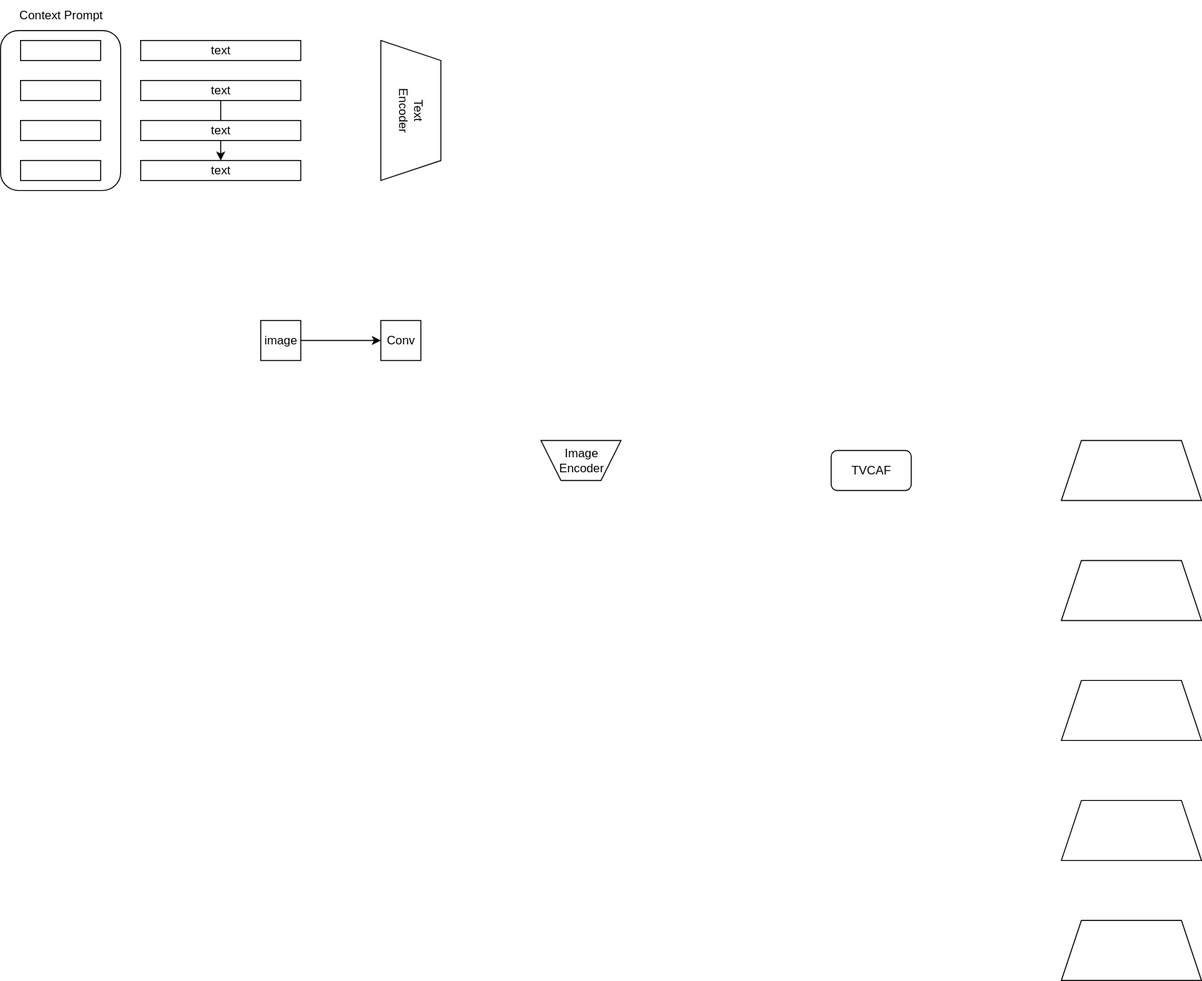
Earlier version of the draw.io export 未命名绘图.drawio.svg (hchench/NetStructure). Source tidied: cells renumbered, new cells last; positions are measured from the earlier drawing's top-left corner, leaving out a move shared by most shapes.
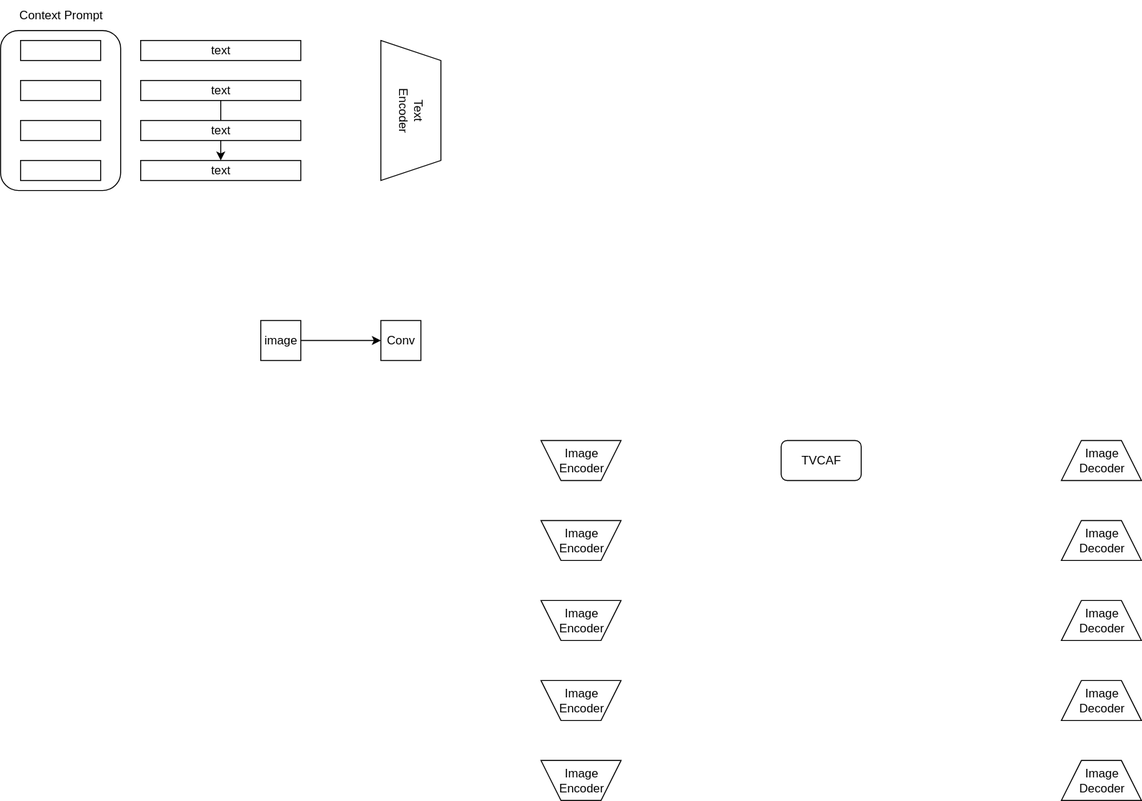
Above is the later version.

Commit message:
更新未命名绘图.drawio.svg

Diff of the diagram source:
```diff
@@ -9,20 +9,8 @@
       <mxGeometry x="540" y="440" width="80" height="40" as="geometry" />
     </mxCell>
     <mxCell id="4" style="shape=trapezoid;perimeter=trapezoidPerimeter;whiteSpace=wrap;html=1;fixedSize=1;rotation=0;" parent="1" vertex="1">
-      <mxGeometry x="1060" y="440" width="140" height="60" as="geometry" />
+      <mxGeometry x="1060" y="440" width="80" height="40" as="geometry" />
     </mxCell>
-    <mxCell id="5" style="shape=trapezoid;perimeter=trapezoidPerimeter;whiteSpace=wrap;html=1;fixedSize=1;rotation=0;" parent="1" vertex="1">
-      <mxGeometry x="1060" y="560" width="140" height="60" as="geometry" />
-    </mxCell>
-    <mxCell id="6" style="shape=trapezoid;perimeter=trapezoidPerimeter;whiteSpace=wrap;html=1;fixedSize=1;rotation=0;" parent="1" vertex="1">
-      <mxGeometry x="1060" y="680" width="140" height="60" as="geometry" />
-    </mxCell>
-    <mxCell id="7" style="shape=trapezoid;perimeter=trapezoidPerimeter;whiteSpace=wrap;html=1;fixedSize=1;rotation=0;" parent="1" vertex="1">
-      <mxGeometry x="1060" y="800" width="140" height="60" as="geometry" />
-    </mxCell>
-    <mxCell id="8" style="shape=trapezoid;perimeter=trapezoidPerimeter;whiteSpace=wrap;html=1;fixedSize=1;rotation=0;" parent="1" vertex="1">
-      <mxGeometry x="1060" y="920" width="140" height="60" as="geometry" />
-    </mxCell>
     <mxCell id="9" style="edgeStyle=orthogonalEdgeStyle;rounded=0;jettySize=auto;html=1;exitX=1;exitY=0.5;exitDx=0;exitDy=0;entryX=0;entryY=0.5;entryDx=0;entryDy=0;" parent="1" edge="1" source="10" target="11">
       <mxGeometry relative="1" as="geometry" />
     </mxCell>
@@ -63,7 +51,7 @@
       <mxGeometry x="20" y="160" width="80" height="20" as="geometry" />
     </mxCell>
     <mxCell id="22" value="TVCAF" style="rounded=1;whiteSpace=wrap;html=1;" parent="1" vertex="1">
-      <mxGeometry x="830" y="450" width="80" height="40" as="geometry" />
+      <mxGeometry x="780" y="440" width="80" height="40" as="geometry" />
     </mxCell>
     <mxCell id="23" value="Context Prompt" style="text;html=1;align=center;verticalAlign=middle;strokeColor=none;fillColor=none;" parent="1" vertex="1">
       <mxGeometry x="5" width="110" height="30" as="geometry" />
@@ -71,5 +59,56 @@
     <mxCell id="24" value="Image&lt;div&gt;Encoder&lt;/div&gt;" style="text;html=1;align=center;verticalAlign=middle;strokeColor=none;fillColor=none;" parent="1" vertex="1">
       <mxGeometry x="545" y="440" width="70" height="40" as="geometry" />
     </mxCell>
+    <mxCell id="25" style="shape=trapezoid;perimeter=trapezoidPerimeter;whiteSpace=wrap;html=1;fixedSize=1;rotation=-180;" parent="1" vertex="1">
+      <mxGeometry x="540" y="520" width="80" height="40" as="geometry" />
+    </mxCell>
+    <mxCell id="26" value="Image&lt;div&gt;Encoder&lt;/div&gt;" style="text;html=1;align=center;verticalAlign=middle;strokeColor=none;fillColor=none;" parent="1" vertex="1">
+      <mxGeometry x="545" y="520" width="70" height="40" as="geometry" />
+    </mxCell>
+    <mxCell id="27" style="shape=trapezoid;perimeter=trapezoidPerimeter;whiteSpace=wrap;html=1;fixedSize=1;rotation=-180;" parent="1" vertex="1">
+      <mxGeometry x="540" y="600" width="80" height="40" as="geometry" />
+    </mxCell>
+    <mxCell id="28" value="Image&lt;div&gt;Encoder&lt;/div&gt;" style="text;html=1;align=center;verticalAlign=middle;strokeColor=none;fillColor=none;" parent="1" vertex="1">
+      <mxGeometry x="545" y="600" width="70" height="40" as="geometry" />
+    </mxCell>
+    <mxCell id="29" style="shape=trapezoid;perimeter=trapezoidPerimeter;whiteSpace=wrap;html=1;fixedSize=1;rotation=-180;" parent="1" vertex="1">
+      <mxGeometry x="540" y="680" width="80" height="40" as="geometry" />
+    </mxCell>
+    <mxCell id="30" value="Image&lt;div&gt;Encoder&lt;/div&gt;" style="text;html=1;align=center;verticalAlign=middle;strokeColor=none;fillColor=none;" parent="1" vertex="1">
+      <mxGeometry x="545" y="680" width="70" height="40" as="geometry" />
+    </mxCell>
+    <mxCell id="31" style="shape=trapezoid;perimeter=trapezoidPerimeter;whiteSpace=wrap;html=1;fixedSize=1;rotation=-180;" parent="1" vertex="1">
+      <mxGeometry x="540" y="760" width="80" height="40" as="geometry" />
+    </mxCell>
+    <mxCell id="32" value="Image&lt;div&gt;Encoder&lt;/div&gt;" style="text;html=1;align=center;verticalAlign=middle;strokeColor=none;fillColor=none;" parent="1" vertex="1">
+      <mxGeometry x="545" y="760" width="70" height="40" as="geometry" />
+    </mxCell>
+    <mxCell id="33" value="Image&lt;div&gt;Decoder&lt;/div&gt;" style="text;html=1;align=center;verticalAlign=middle;strokeColor=none;fillColor=none;" parent="1" vertex="1">
+      <mxGeometry x="1065" y="440" width="70" height="40" as="geometry" />
+    </mxCell>
+    <mxCell id="34" style="shape=trapezoid;perimeter=trapezoidPerimeter;whiteSpace=wrap;html=1;fixedSize=1;rotation=0;" parent="1" vertex="1">
+      <mxGeometry x="1060" y="520" width="80" height="40" as="geometry" />
+    </mxCell>
+    <mxCell id="35" value="Image&lt;div&gt;Decoder&lt;/div&gt;" style="text;html=1;align=center;verticalAlign=middle;strokeColor=none;fillColor=none;" parent="1" vertex="1">
+      <mxGeometry x="1065" y="520" width="70" height="40" as="geometry" />
+    </mxCell>
+    <mxCell id="36" style="shape=trapezoid;perimeter=trapezoidPerimeter;whiteSpace=wrap;html=1;fixedSize=1;rotation=0;" parent="1" vertex="1">
+      <mxGeometry x="1060" y="600" width="80" height="40" as="geometry" />
+    </mxCell>
+    <mxCell id="37" value="Image&lt;div&gt;Decoder&lt;/div&gt;" style="text;html=1;align=center;verticalAlign=middle;strokeColor=none;fillColor=none;" parent="1" vertex="1">
+      <mxGeometry x="1065" y="600" width="70" height="40" as="geometry" />
+    </mxCell>
+    <mxCell id="38" style="shape=trapezoid;perimeter=trapezoidPerimeter;whiteSpace=wrap;html=1;fixedSize=1;rotation=0;" parent="1" vertex="1">
+      <mxGeometry x="1060" y="680" width="80" height="40" as="geometry" />
+    </mxCell>
+    <mxCell id="39" value="Image&lt;div&gt;Decoder&lt;/div&gt;" style="text;html=1;align=center;verticalAlign=middle;strokeColor=none;fillColor=none;" parent="1" vertex="1">
+      <mxGeometry x="1065" y="680" width="70" height="40" as="geometry" />
+    </mxCell>
+    <mxCell id="40" style="shape=trapezoid;perimeter=trapezoidPerimeter;whiteSpace=wrap;html=1;fixedSize=1;rotation=0;" parent="1" vertex="1">
+      <mxGeometry x="1060" y="760" width="80" height="40" as="geometry" />
+    </mxCell>
+    <mxCell id="41" value="Image&lt;div&gt;Decoder&lt;/div&gt;" style="text;html=1;align=center;verticalAlign=middle;strokeColor=none;fillColor=none;" parent="1" vertex="1">
+      <mxGeometry x="1065" y="760" width="70" height="40" as="geometry" />
+    </mxCell>
   </root>
 </mxGraphModel>
```
